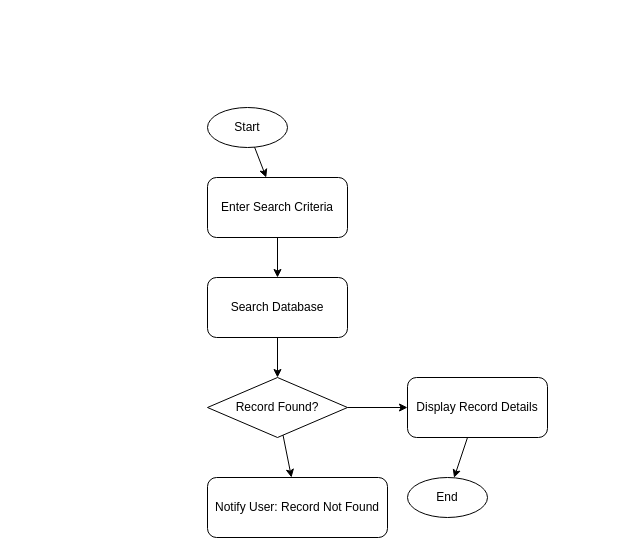
Above: flowchart4.drawio in brabentil/database_diagrams (draw.io), before the change. Source tidied: cells renumbered, new cells numbered last; positions are measured from the earlier drawing's top-left corner, leaving out a move shared by most shapes. Both pictures are drawn from the tidied source at 100%, with x=0, y=0 at pixel (207, 107).
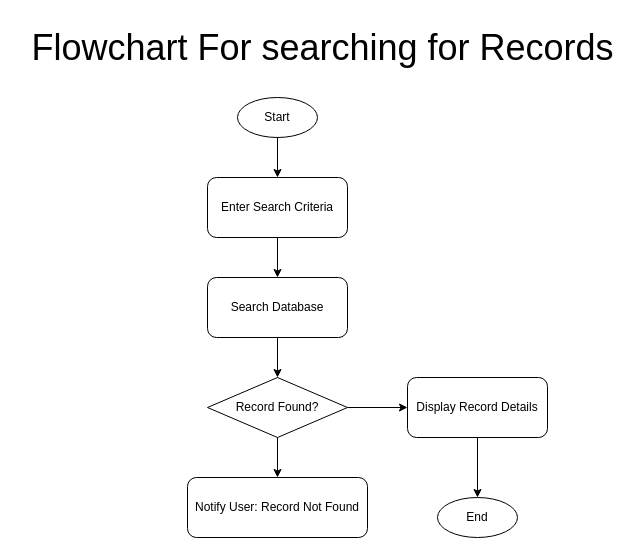
The same page after the edit.

Change to the diagram source:
```diff
@@
 <mxGraphModel>
   <root>
     <mxCell id="0" />
     <mxCell id="1" parent="0" />
     <mxCell id="2" value="Start" style="ellipse;whiteSpace=wrap;html=1;" parent="1" vertex="1">
-      <mxGeometry width="80" height="40" as="geometry" />
+      <mxGeometry x="30" y="-10" width="80" height="40" as="geometry" />
     </mxCell>
     <mxCell id="3" value="Enter Search Criteria" style="rounded=1;whiteSpace=wrap;html=1;" parent="1" vertex="1">
       <mxGeometry y="70" width="140" height="60" as="geometry" />
     </mxCell>
     <mxCell id="4" value="Search Database" style="rounded=1;whiteSpace=wrap;html=1;" parent="1" vertex="1">
       <mxGeometry y="170" width="140" height="60" as="geometry" />
     </mxCell>
     <mxCell id="5" value="Record Found?" style="rhombus;whiteSpace=wrap;html=1;" parent="1" vertex="1">
       <mxGeometry y="270" width="140" height="60" as="geometry" />
     </mxCell>
     <mxCell id="6" value="Display Record Details" style="rounded=1;whiteSpace=wrap;html=1;" parent="1" vertex="1">
       <mxGeometry x="200" y="270" width="140" height="60" as="geometry" />
     </mxCell>
     <mxCell id="7" value="Notify User: Record Not Found" style="rounded=1;whiteSpace=wrap;html=1;" parent="1" vertex="1">
-      <mxGeometry y="370" width="180" height="60" as="geometry" />
+      <mxGeometry x="-20" y="370" width="180" height="60" as="geometry" />
     </mxCell>
     <mxCell id="8" value="End" style="ellipse;whiteSpace=wrap;html=1;" parent="1" vertex="1">
-      <mxGeometry x="200" y="370" width="80" height="40" as="geometry" />
+      <mxGeometry x="230" y="390" width="80" height="40" as="geometry" />
     </mxCell>
     <mxCell id="9" parent="1" edge="1" source="2" target="3">
       <mxGeometry relative="1" as="geometry" />
     </mxCell>
     <mxCell id="10" parent="1" edge="1" source="3" target="4">
       <mxGeometry relative="1" as="geometry" />
     </mxCell>
     <mxCell id="11" parent="1" edge="1" source="4" target="5">
       <mxGeometry relative="1" as="geometry" />
     </mxCell>
     <mxCell id="12" parent="1" edge="1" source="5" target="6">
       <mxGeometry relative="1" as="geometry" />
     </mxCell>
     <mxCell id="13" parent="1" edge="1" source="6" target="8">
       <mxGeometry relative="1" as="geometry" />
     </mxCell>
     <mxCell id="14" parent="1" edge="1" source="5" target="7">
       <mxGeometry relative="1" as="geometry" />
     </mxCell>
+    <mxCell id="15" value="&lt;font style=&quot;font-size: 36px;&quot;&gt;Flowchart For searching for Records&lt;/font&gt;" style="text;html=1;align=center;verticalAlign=middle;strokeColor=none;fillColor=none;" parent="1" vertex="1">
+      <mxGeometry x="-190" y="-90" width="610" height="60" as="geometry" />
+    </mxCell>
   </root>
 </mxGraphModel>
```
